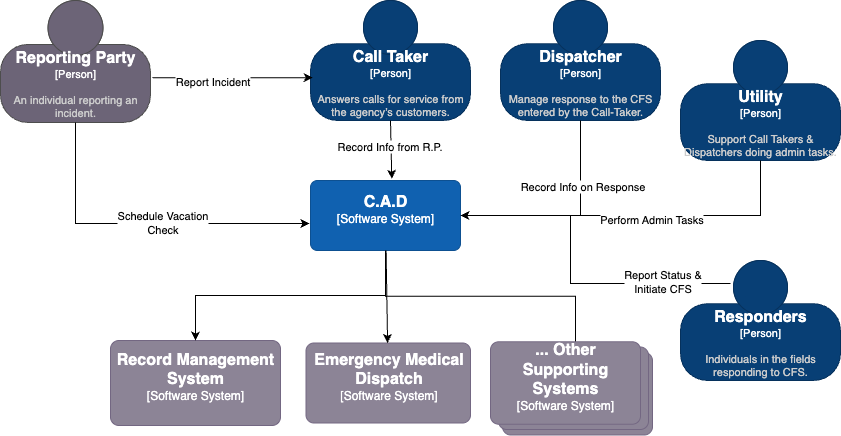
Above: cad-system-context.drawio.png in aedenj/cad-system-design (draw.io), before the change. Source tidied: cells renumbered, new cells last; positions are measured from the earlier drawing's top-left corner, leaving out a move shared by most shapes.
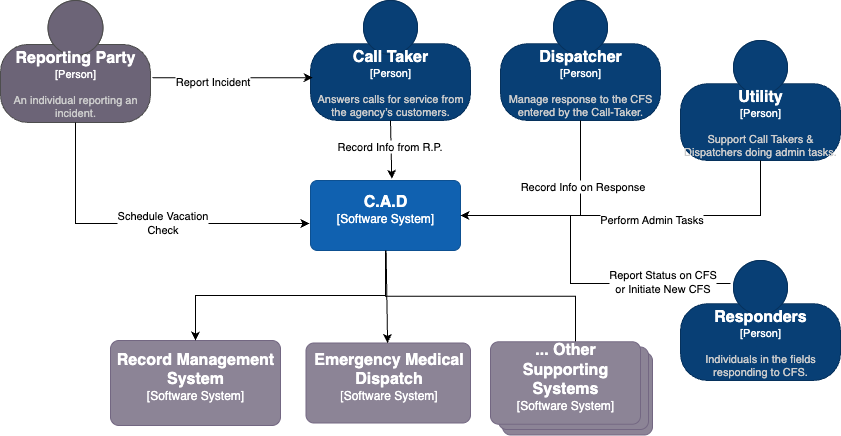
After the change.

Diff of the diagram source:
```diff
@@ -91,7 +91,7 @@
     <mxCell id="24" style="edgeStyle=orthogonalEdgeStyle;rounded=0;jettySize=auto;html=1;entryX=1;entryY=0.5;entryDx=0;entryDy=0;entryPerimeter=0;exitX=0.313;exitY=0.192;exitDx=0;exitDy=0;exitPerimeter=0;" parent="1" edge="1" source="21" target="3">
       <mxGeometry relative="1" as="geometry" />
     </mxCell>
-    <mxCell id="25" value="Report Status &amp;amp;&lt;br&gt;Initiate CFS" style="edgeLabel;html=1;align=center;verticalAlign=middle;" parent="24" vertex="1">
+    <mxCell id="25" value="Report Status on CFS&lt;br&gt;or Initiate New CFS" style="edgeLabel;html=1;align=center;verticalAlign=middle;" parent="24" vertex="1">
       <mxGeometry x="-0.59" y="-3" relative="1" as="geometry" />
     </mxCell>
     <object id="26" label="&lt;font style=&quot;font-size: 16px&quot;&gt;&lt;b&gt;%c4Name%&lt;/b&gt;&lt;/font&gt;&lt;div&gt;[%c4Type%]&lt;/div&gt;&lt;br&gt;&lt;div&gt;&lt;font style=&quot;font-size: 11px&quot;&gt;&lt;font color=&quot;#cccccc&quot;&gt;%c4Description%&lt;/font&gt;&lt;/div&gt;" c4Description="" c4Name="" c4Type="" placeholders="1">
```
